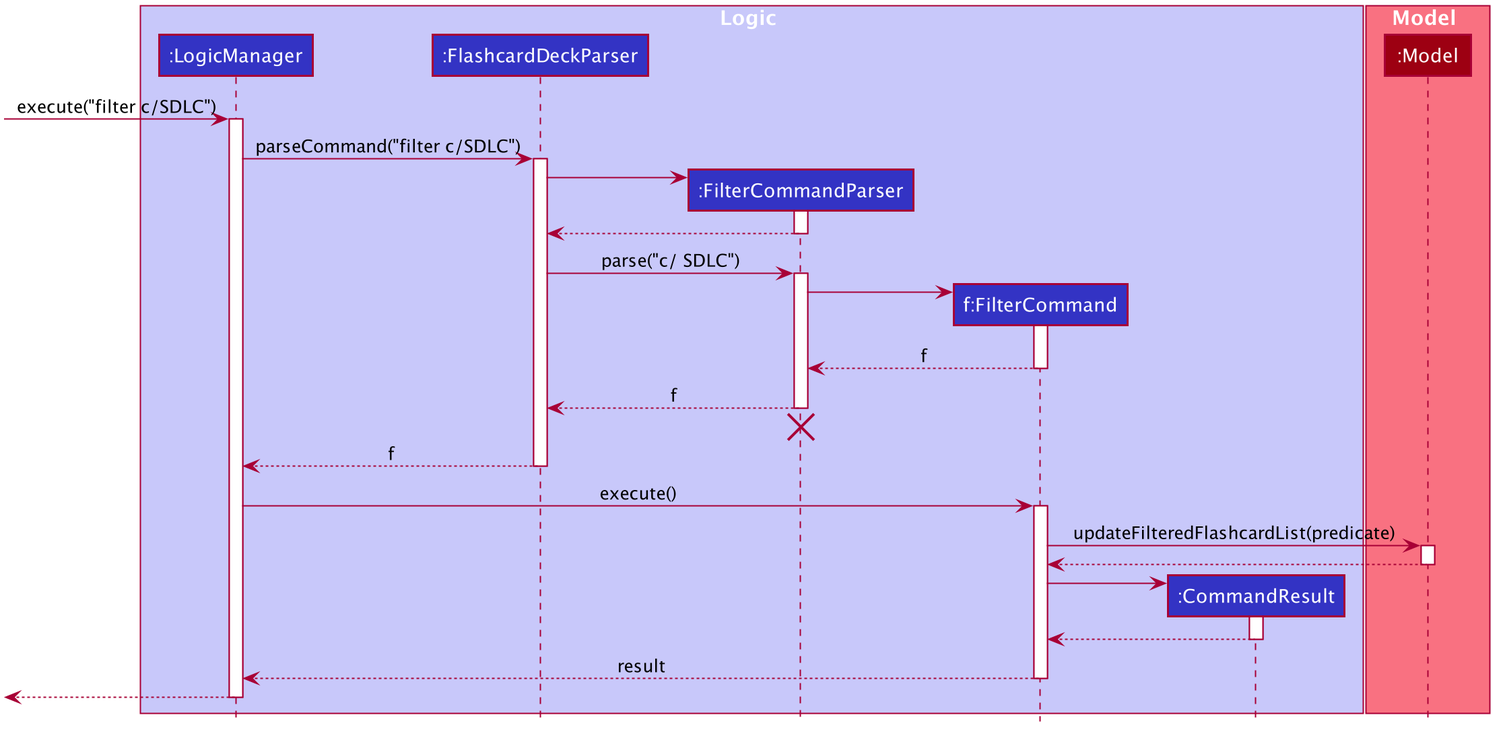
Above: docs/images/FilterSequenceDiagram.png in nus-cs2103-AY2021S1/tp (PlantUML), before the change.
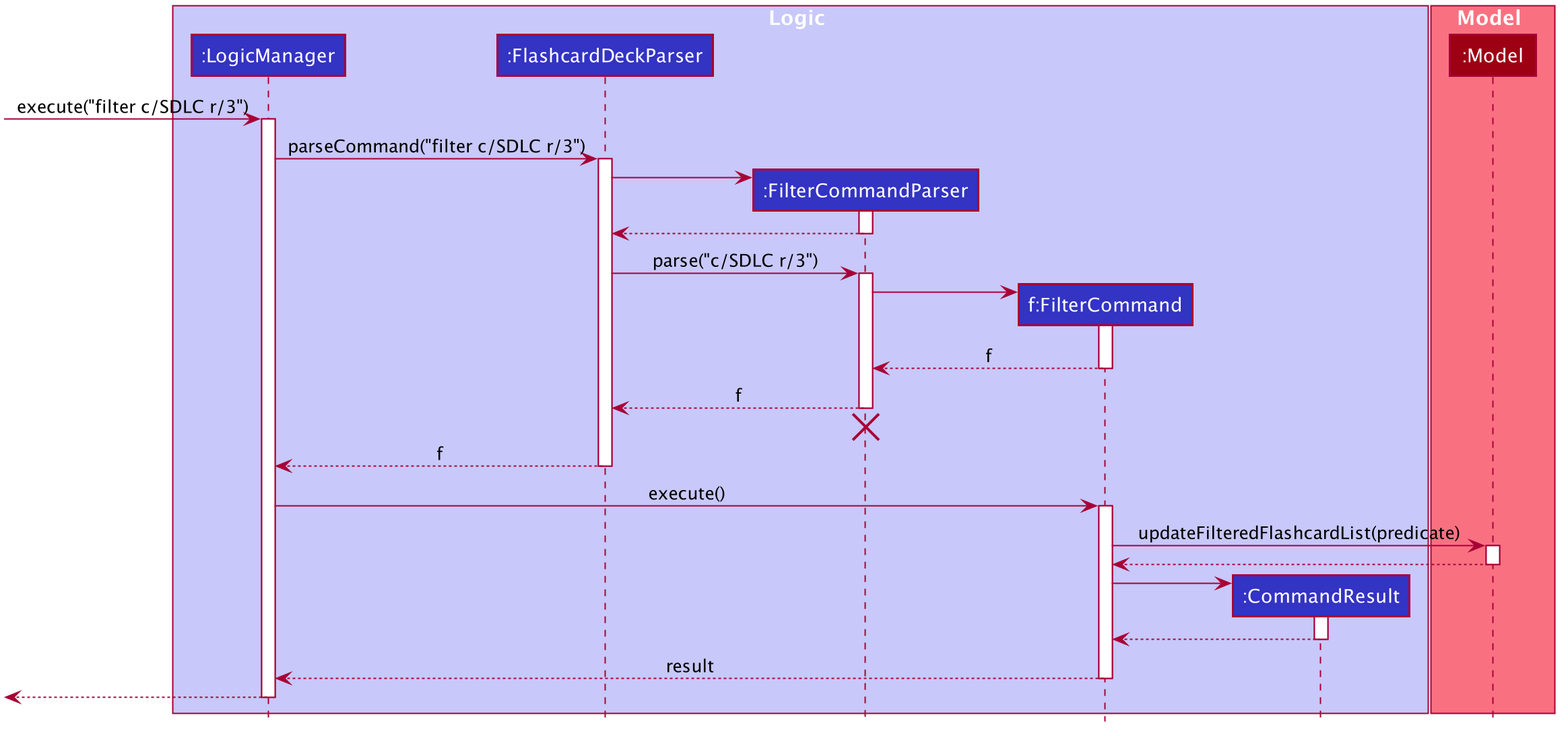
The same file after the commit.

Commit message:
Update filter implementation in DG

Change to the diagram source:
```diff
@@ -60,10 +60,10 @@
 participant ":Model" as Model #9D0012
 end box
 
-[-> LogicManager : execute("filter c/SDLC")
+[-> LogicManager : execute("filter c/SDLC r/3")
 activate LogicManager
 
-LogicManager -> FlashcardDeckParser : parseCommand("filter c/SDLC")
+LogicManager -> FlashcardDeckParser : parseCommand("filter c/SDLC r/3")
 activate FlashcardDeckParser
 
 create FilterCommandParser
@@ -73,7 +73,7 @@
 FilterCommandParser --> FlashcardDeckParser
 deactivate FilterCommandParser
 
-FlashcardDeckParser -> FilterCommandParser : parse("c/ SDLC")
+FlashcardDeckParser -> FilterCommandParser : parse("c/SDLC r/3")
 activate FilterCommandParser
 
 create FilterCommand
```
